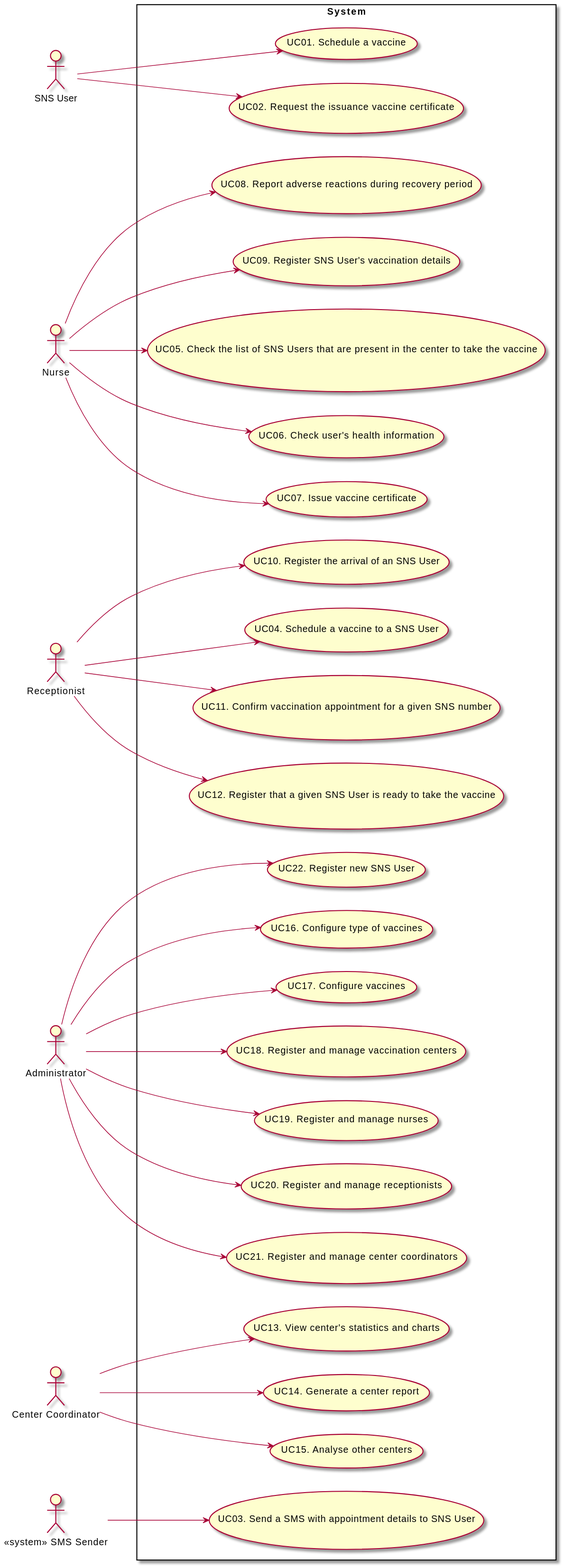
Above: docs/SprintA/UCD.svg in miseEnPlace-i/lapr2 (PlantUML), before the change.
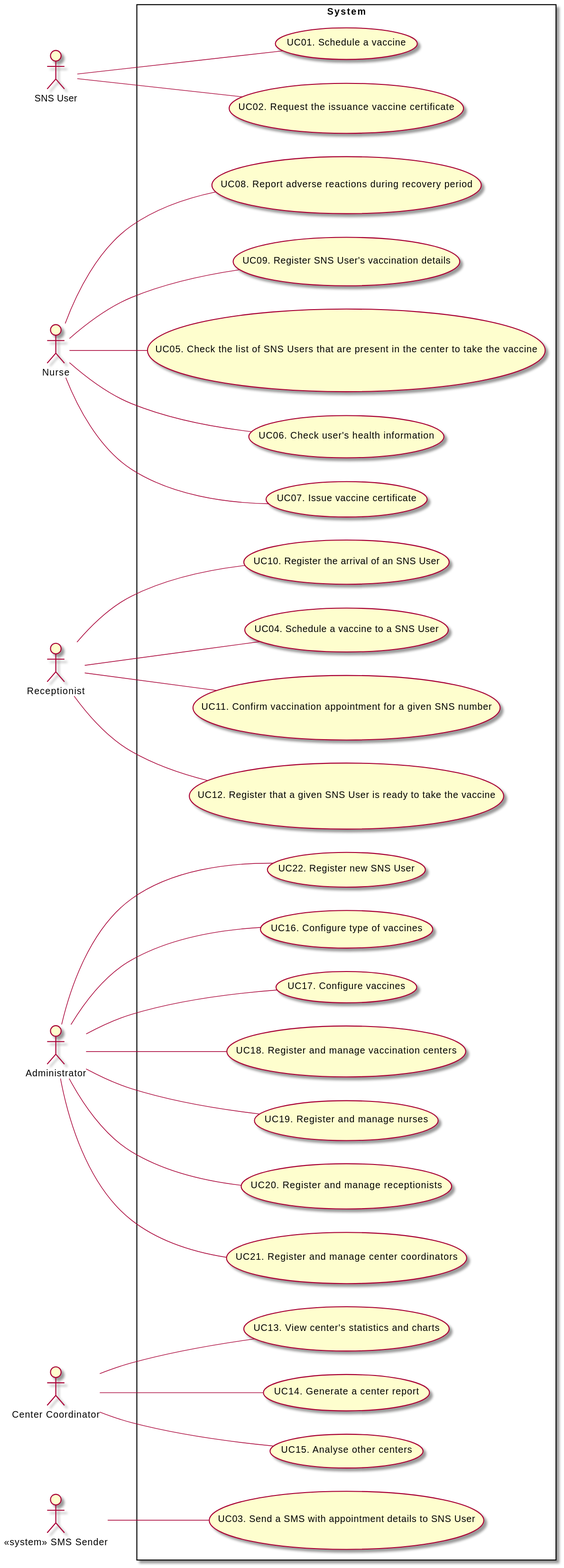
After the commit.

Commit message:
docs(ucd): removed arrows from ucd from svg

What changed in the source:
```diff
@@ -34,27 +34,27 @@
   usecase "UC22. Register new SNS User" as UC22
 }
 
-user --> UC01
-user --> UC02
-dgs --> UC03
-recept --> UC04
-nurse --> UC05
-nurse --> UC06
-nurse --> UC07
-nurse --> UC08
-nurse --> UC09
-recept --> UC10
-recept --> UC11
-recept --> UC12
-coordinator --> UC13
-coordinator --> UC14
-coordinator --> UC15
-admin --> UC16
-admin --> UC17
-admin --> UC18
-admin --> UC19
-admin --> UC20
-admin --> UC21
-admin --> UC22
+user -- UC01
+user -- UC02
+dgs -- UC03
+recept -- UC04
+nurse -- UC05
+nurse -- UC06
+nurse -- UC07
+nurse -- UC08
+nurse -- UC09
+recept -- UC10
+recept -- UC11
+recept -- UC12
+coordinator -- UC13
+coordinator -- UC14
+coordinator -- UC15
+admin -- UC16
+admin -- UC17
+admin -- UC18
+admin -- UC19
+admin -- UC20
+admin -- UC21
+admin -- UC22
 
 @enduml
```
